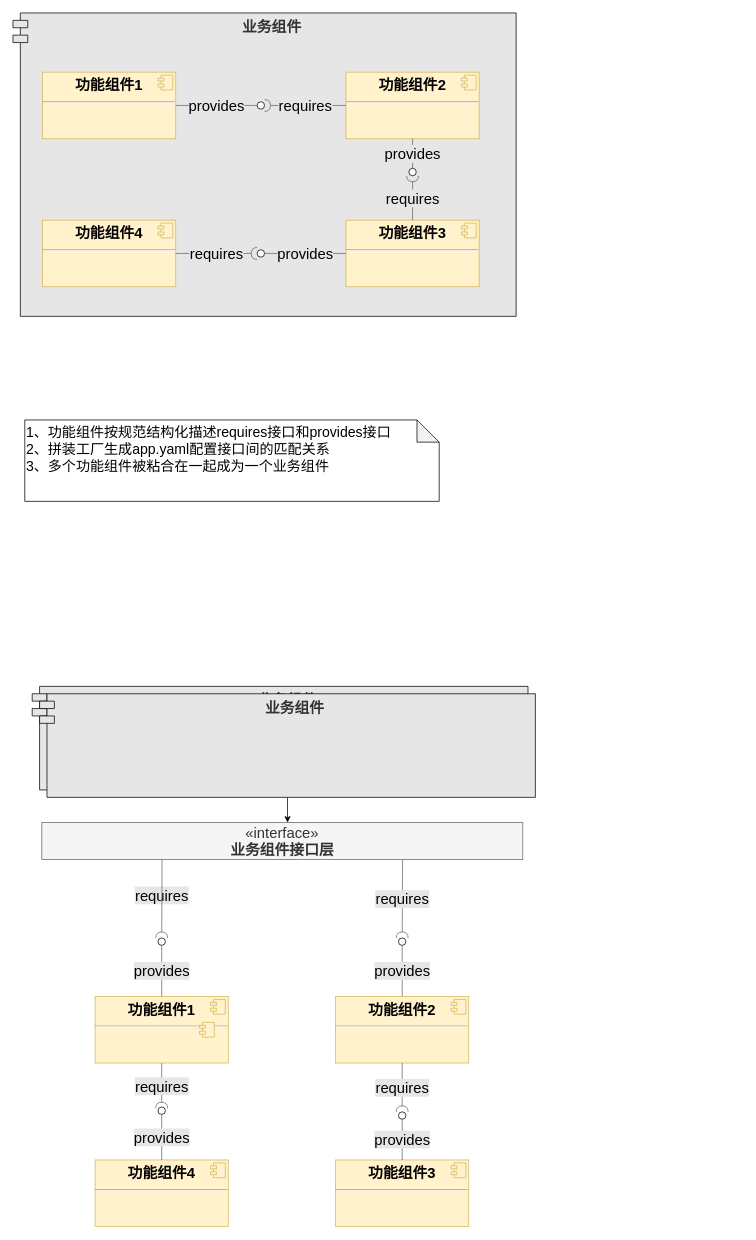
Above: page "第 3 页" (2 of 3) of apf-appfactory-editor.drawio in kwhitestone/drawio (draw.io), before the change. Source tidied: cells renumbered, new cells numbered last; positions are measured from the earlier drawing's top-left corner, leaving out a move shared by most shapes. Both pictures are drawn from the tidied source at 74%, with x=0, y=0 at pixel (13, 13).
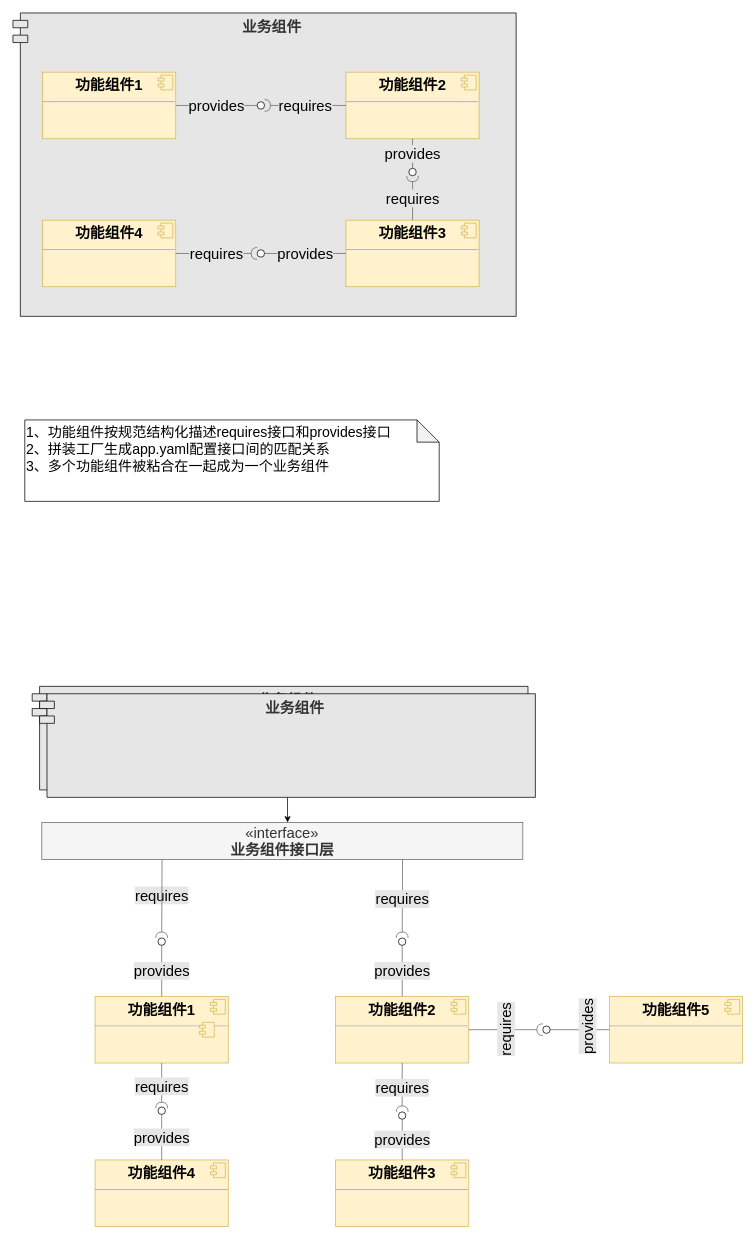
The same diagram, later.

The change refers to these unchanged cells:
```xml
<mxCell id="24" value="&lt;p style=&quot;margin: 6px 0px 0px; text-align: center; font-size: 20px;&quot;&gt;&lt;b style=&quot;font-size: 20px;&quot;&gt;功能组件2&lt;/b&gt;&lt;/p&gt;&lt;hr style=&quot;font-size: 20px;&quot;&gt;&lt;p style=&quot;margin: 0px 0px 0px 8px; font-size: 20px;&quot;&gt;&lt;br style=&quot;font-size: 20px;&quot;&gt;&lt;/p&gt;" style="align=left;overflow=fill;html=1;whiteSpace=wrap;fontSize=20;fillColor=#fff2cc;strokeColor=#d6b656;" parent="1" vertex="1">
  <mxGeometry x="436" y="1329" width="180" height="90" as="geometry" />
</mxCell>
```

Diff of the diagram source:
```diff
@@
+    <mxCell id="47" value="&lt;p style=&quot;margin: 6px 0px 0px; text-align: center; font-size: 20px;&quot;&gt;&lt;b style=&quot;font-size: 20px;&quot;&gt;功能组件5&lt;/b&gt;&lt;/p&gt;&lt;hr style=&quot;font-size: 20px;&quot;&gt;&lt;p style=&quot;margin: 0px 0px 0px 8px; font-size: 20px;&quot;&gt;&lt;br style=&quot;font-size: 20px;&quot;&gt;&lt;/p&gt;" style="align=left;overflow=fill;html=1;whiteSpace=wrap;fontSize=20;fillColor=#fff2cc;strokeColor=#d6b656;" parent="1" vertex="1">
+      <mxGeometry x="806" y="1329" width="180" height="90" as="geometry" />
+    </mxCell>
+    <mxCell id="48" style="shape=component;jettyWidth=8;jettyHeight=4;fontSize=20;fillColor=#fff2cc;strokeColor=#d6b656;" parent="47" vertex="1">
+      <mxGeometry x="1" width="20" height="20" relative="1" as="geometry">
+        <mxPoint x="-24" y="4" as="offset" />
+      </mxGeometry>
+    </mxCell>
+    <mxCell id="49" value="provides" style="rounded=0;jettySize=auto;html=1;endArrow=none;endFill=0;sketch=0;sourcePerimeterSpacing=0;targetPerimeterSpacing=0;exitX=0;exitY=0.5;exitDx=0;exitDy=0;fontSize=20;labelBackgroundColor=#E6E6E6;fillColor=#f5f5f5;strokeColor=#666666;horizontal=0;" parent="1" edge="1" source="47" target="50">
+      <mxGeometry x="-0.25" y="-4" relative="1" as="geometry" />
+    </mxCell>
+    <mxCell id="50" style="ellipse;whiteSpace=wrap;html=1;align=center;points=[];outlineConnect=0;sketch=0;fontSize=20;" parent="1" vertex="1">
+      <mxGeometry x="716" y="1369" width="10" height="10" as="geometry" />
+    </mxCell>
+    <mxCell id="51" value="requires" style="rounded=0;jettySize=auto;html=1;endArrow=halfCircle;endFill=0;endSize=6;strokeWidth=1;sketch=0;exitX=1;exitY=0.5;exitDx=0;exitDy=0;fontSize=20;labelBackgroundColor=#E6E6E6;fillColor=#f5f5f5;strokeColor=#666666;horizontal=0;" parent="1" edge="1" source="24" target="50">
+      <mxGeometry relative="1" as="geometry" />
+    </mxCell>
```
